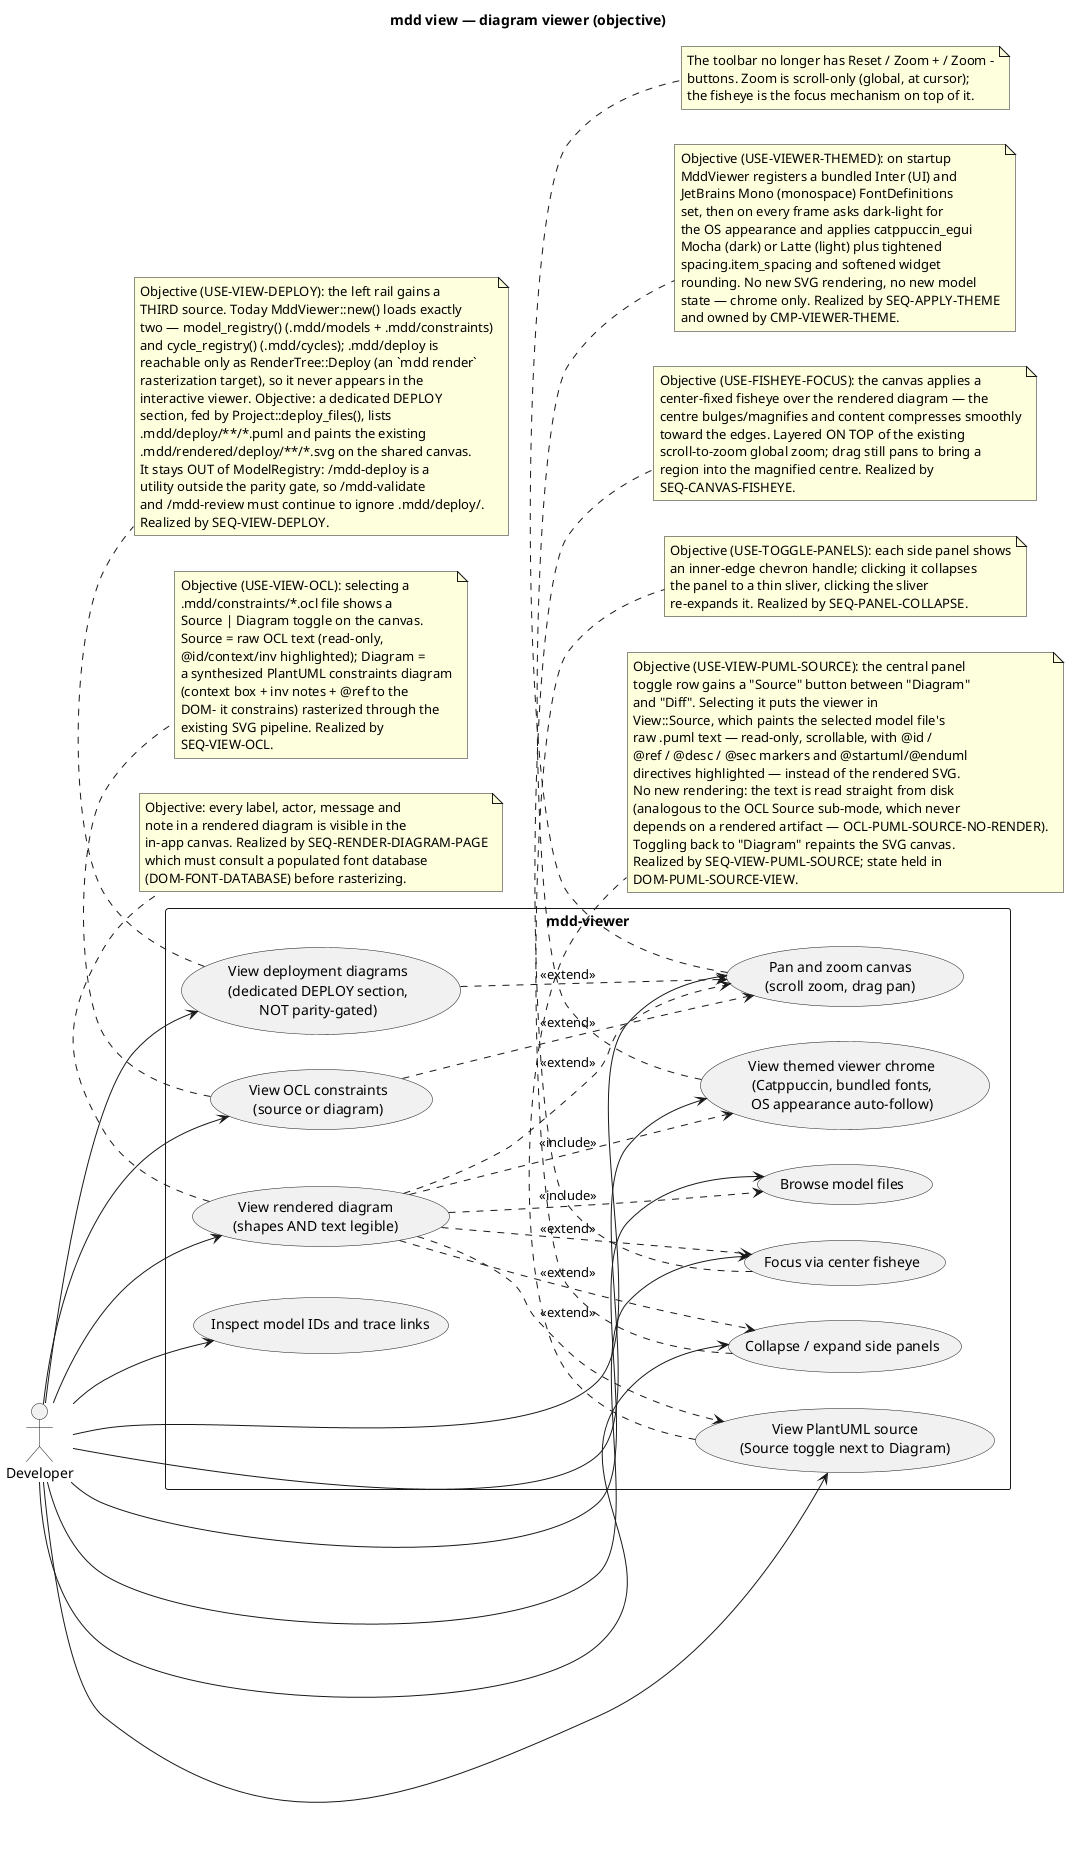
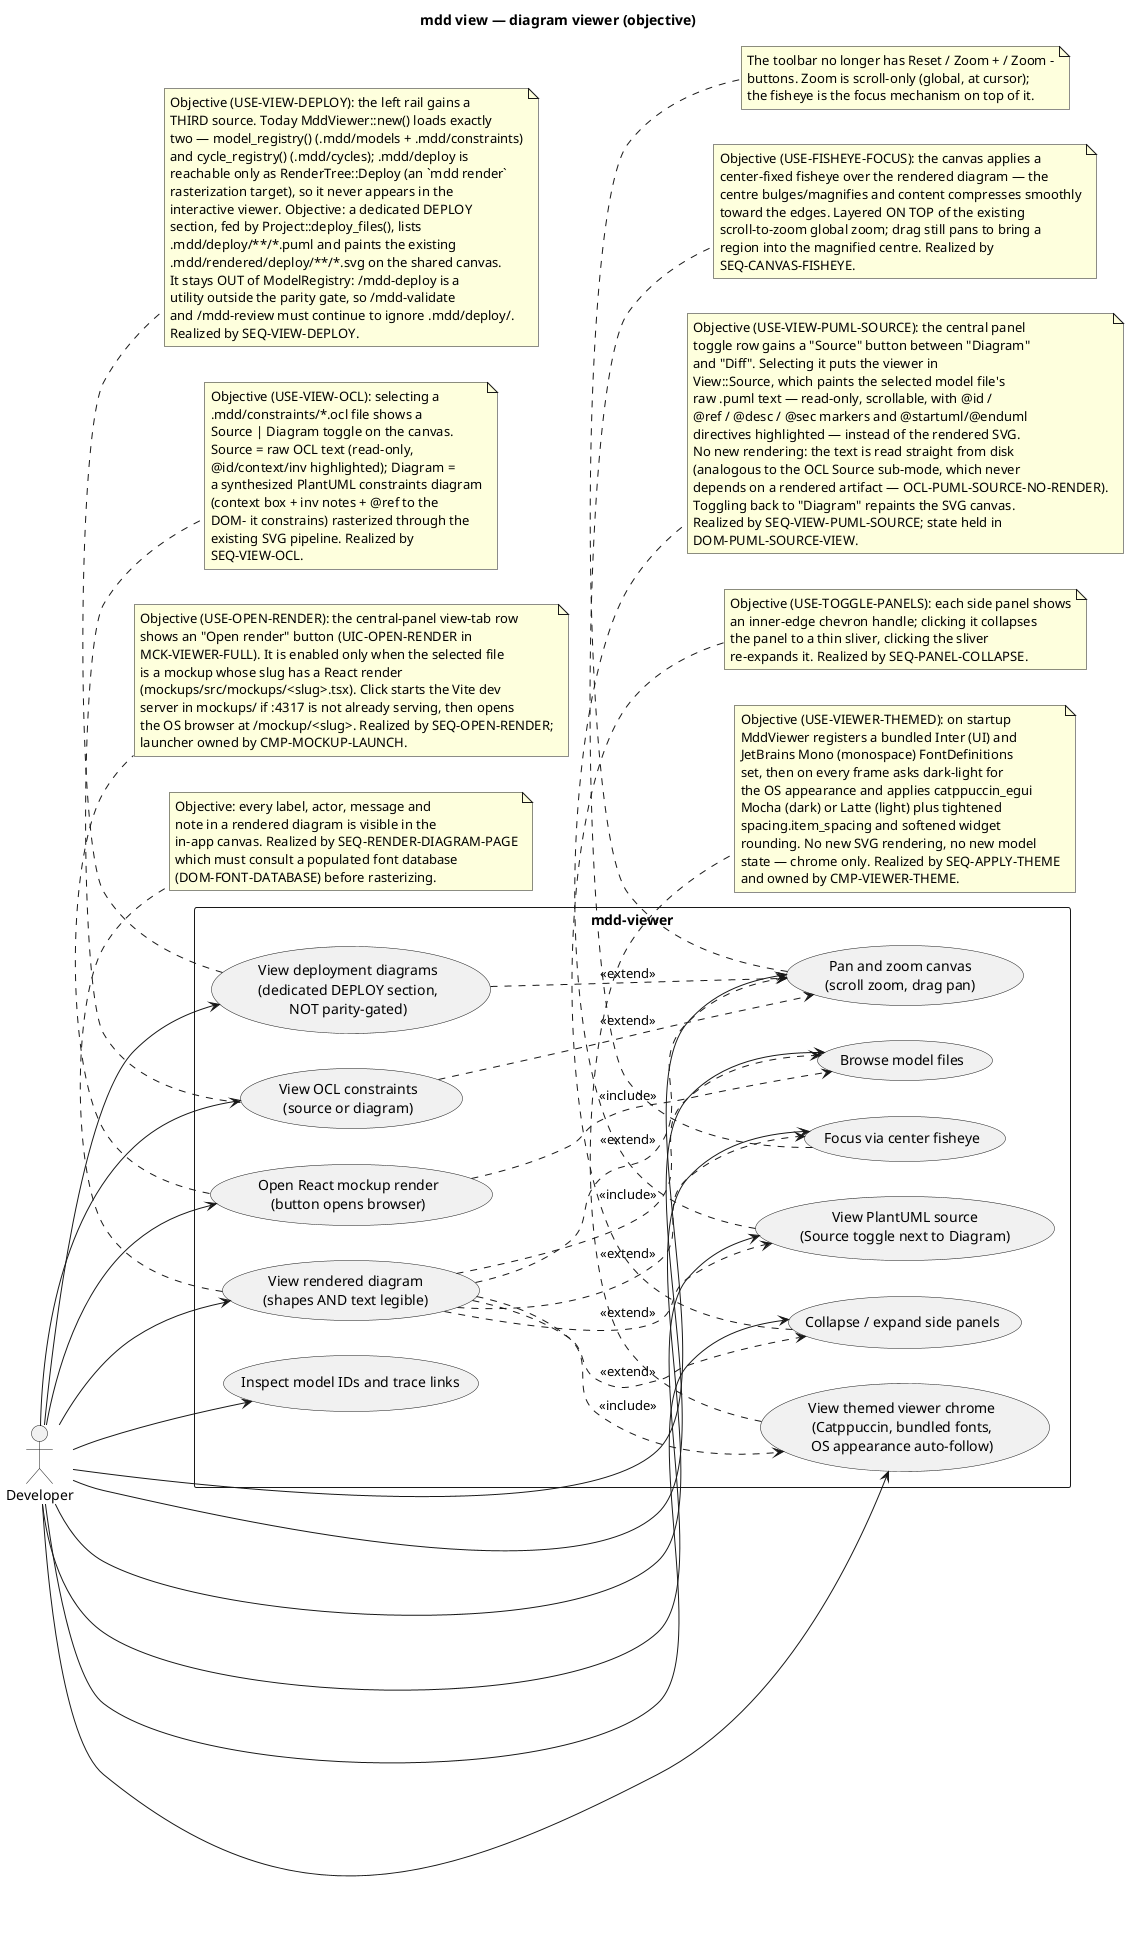
@startuml
' @id(USE-VIEW-DIAGRAMS)
' @desc(USE-VIEW-DIAGRAMS, "Developer views a rendered model diagram on the in-app canvas with shapes and text legible.")
' @id(USE-FISHEYE-FOCUS)
' @desc(USE-FISHEYE-FOCUS, "Developer focuses on part of a diagram via a center-fixed fisheye that magnifies the canvas centre and compresses content toward the edges, layered on the scroll global zoom.")
' @id(USE-TOGGLE-PANELS)
' @desc(USE-TOGGLE-PANELS, "Developer collapses or expands the left MODELS panel and the right MODEL CONTEXT panel via an inner-edge handle, reclaiming canvas width on demand.")
' @id(USE-VIEW-OCL)
' @desc(USE-VIEW-OCL, "Developer selects an .ocl constraint file and views it on the canvas with a Source/Diagram toggle: Source shows the raw OCL text, Diagram shows a synthesized PlantUML constraints diagram.")
' @id(USE-VIEW-DEPLOY)
' @desc(USE-VIEW-DEPLOY, "Developer sees /mdd-deploy deployment diagrams (.mdd/deploy/**/*.puml) in `mdd view`, listed in a DEDICATED 'DEPLOY' rail section that is visibly labelled as a utility artifact OUTSIDE the current<->objective parity gate. Selecting one paints its already-rendered .mdd/rendered/deploy/**/*.svg on the same canvas. The section is a THIRD viewer ingestion source alongside the model registry and the cycle registry; deployment files never enter ModelRegistry, so /mdd-validate and /mdd-review still never read .mdd/deploy/.")
' @id(USE-VIEWER-THEMED)
' @desc(USE-VIEWER-THEMED, "Developer sees the mdd-viewer chrome dressed by a Catppuccin palette (Mocha when the OS is dark, Latte when light, picked once per frame from the OS appearance), bundled Inter for UI text and JetBrains Mono for code/diff lists, and softened item spacing + corner rounding — instead of the bare egui defaults. Cross-platform single binary; chrome only — the SVG canvas rasterizer is untouched.")
' @id(USE-VIEW-PUML-SOURCE)
' @desc(USE-VIEW-PUML-SOURCE, "Developer reads the raw PlantUML text of the selected model file via a Source toggle placed next to the Diagram (and Diff) toggle in the central panel. Source replaces the rendered diagram with read-only, scrollable .puml text (@id/@ref/@desc/@sec markers and @startuml/@enduml directives highlighted); toggling back to Diagram repaints the SVG. Mirrors the OCL Source/Diagram functionality but for ordinary model diagrams — no new rendering, the source is read straight from disk.")
+ ' @id(USE-OPEN-RENDER)
+ ' @desc(USE-OPEN-RENDER, "Developer, with a mockup .puml selected whose slug has a React render, clicks an 'Open render' button on the central-panel view-tab row; the viewer starts the mockups Vite dev server (port 4317) if it is not already running and opens the OS browser at /mockup/<slug>. The button is disabled when the selection has no render.")
' Objective-side use-case view. Same text-legibility acceptance as before,
' plus the focus+context fisheye, the collapsible side panels, an
' OCL constraint viewer, a dedicated non-gated DEPLOY section, an
' OS-appearance-following Catppuccin theme with bundled fonts, and a
' Source toggle that shows a model file's raw PlantUML beside its diagram.
' The toolbar no longer carries zoom controls.
title mdd view — diagram viewer (objective)

left to right direction

actor "Developer" as Dev

rectangle "mdd-viewer" {
  usecase "View rendered diagram\n(shapes AND text legible)" as View
  usecase "Browse model files" as Browse
  usecase "Pan and zoom canvas\n(scroll zoom, drag pan)" as PanZoom
  usecase "Focus via center fisheye" as Fisheye
  usecase "Collapse / expand side panels" as Panels
  usecase "Inspect model IDs and trace links" as Trace
  usecase "View OCL constraints\n(source or diagram)" as ViewOcl
  usecase "View deployment diagrams\n(dedicated DEPLOY section,\nNOT parity-gated)" as ViewDeploy
  usecase "View themed viewer chrome\n(Catppuccin, bundled fonts,\nOS appearance auto-follow)" as Themed
  usecase "View PlantUML source\n(Source toggle next to Diagram)" as ViewSource
+   usecase "Open React mockup render\n(button opens browser)" as OpenRender
}

Dev --> View
Dev --> Browse
Dev --> PanZoom
Dev --> Fisheye
Dev --> Panels
Dev --> Trace
Dev --> ViewOcl
Dev --> ViewDeploy
Dev --> Themed
Dev --> ViewSource
+ Dev --> OpenRender

View ..> Browse : <<include>>
View ..> PanZoom : <<extend>>
View ..> Fisheye : <<extend>>
View ..> Panels : <<extend>>
View ..> Themed : <<include>>
View ..> ViewSource : <<extend>>
ViewOcl ..> PanZoom : <<extend>>
ViewDeploy ..> PanZoom : <<extend>>
+ OpenRender ..> Browse : <<include>>
+ 
+ note bottom of OpenRender
+   Objective (USE-OPEN-RENDER): the central-panel view-tab row
+   shows an "Open render" button (UIC-OPEN-RENDER in
+   MCK-VIEWER-FULL). It is enabled only when the selected file
+   is a mockup whose slug has a React render
+   (mockups/src/mockups/<slug>.tsx). Click starts the Vite dev
+   server in mockups/ if :4317 is not already serving, then opens
+   the OS browser at /mockup/<slug>. Realized by SEQ-OPEN-RENDER;
+   launcher owned by CMP-MOCKUP-LAUNCH.
+ end note

note bottom of ViewOcl
  Objective (USE-VIEW-OCL): selecting a
  .mdd/constraints/*.ocl file shows a
  Source | Diagram toggle on the canvas.
  Source = raw OCL text (read-only,
  @id/context/inv highlighted); Diagram =
  a synthesized PlantUML constraints diagram
  (context box + inv notes + @ref to the
  DOM- it constrains) rasterized through the
  existing SVG pipeline. Realized by
  SEQ-VIEW-OCL.
end note

note bottom of View
  Objective: every label, actor, message and
  note in a rendered diagram is visible in the
  in-app canvas. Realized by SEQ-RENDER-DIAGRAM-PAGE
  which must consult a populated font database
  (DOM-FONT-DATABASE) before rasterizing.
end note

note bottom of Fisheye
  Objective (USE-FISHEYE-FOCUS): the canvas applies a
  center-fixed fisheye over the rendered diagram — the
  centre bulges/magnifies and content compresses smoothly
  toward the edges. Layered ON TOP of the existing
  scroll-to-zoom global zoom; drag still pans to bring a
  region into the magnified centre. Realized by
  SEQ-CANVAS-FISHEYE.
end note

note bottom of PanZoom
  The toolbar no longer has Reset / Zoom + / Zoom -
  buttons. Zoom is scroll-only (global, at cursor);
  the fisheye is the focus mechanism on top of it.
end note

note bottom of Panels
  Objective (USE-TOGGLE-PANELS): each side panel shows
  an inner-edge chevron handle; clicking it collapses
  the panel to a thin sliver, clicking the sliver
  re-expands it. Realized by SEQ-PANEL-COLLAPSE.
end note

note bottom of Themed
  Objective (USE-VIEWER-THEMED): on startup
  MddViewer registers a bundled Inter (UI) and
  JetBrains Mono (monospace) FontDefinitions
  set, then on every frame asks dark-light for
  the OS appearance and applies catppuccin_egui
  Mocha (dark) or Latte (light) plus tightened
  spacing.item_spacing and softened widget
  rounding. No new SVG rendering, no new model
  state — chrome only. Realized by SEQ-APPLY-THEME
  and owned by CMP-VIEWER-THEME.
end note

note bottom of ViewDeploy
  Objective (USE-VIEW-DEPLOY): the left rail gains a
  THIRD source. Today MddViewer::new() loads exactly
  two — model_registry() (.mdd/models + .mdd/constraints)
  and cycle_registry() (.mdd/cycles); .mdd/deploy is
  reachable only as RenderTree::Deploy (an `mdd render`
  rasterization target), so it never appears in the
  interactive viewer. Objective: a dedicated DEPLOY
  section, fed by Project::deploy_files(), lists
  .mdd/deploy/**/*.puml and paints the existing
  .mdd/rendered/deploy/**/*.svg on the shared canvas.
  It stays OUT of ModelRegistry: /mdd-deploy is a
  utility outside the parity gate, so /mdd-validate
  and /mdd-review must continue to ignore .mdd/deploy/.
  Realized by SEQ-VIEW-DEPLOY.
end note

note bottom of ViewSource
  Objective (USE-VIEW-PUML-SOURCE): the central panel
  toggle row gains a "Source" button between "Diagram"
  and "Diff". Selecting it puts the viewer in
  View::Source, which paints the selected model file's
  raw .puml text — read-only, scrollable, with @id /
  @ref / @desc / @sec markers and @startuml/@enduml
  directives highlighted — instead of the rendered SVG.
  No new rendering: the text is read straight from disk
  (analogous to the OCL Source sub-mode, which never
  depends on a rendered artifact — OCL-PUML-SOURCE-NO-RENDER).
  Toggling back to "Diagram" repaints the SVG canvas.
  Realized by SEQ-VIEW-PUML-SOURCE; state held in
  DOM-PUML-SOURCE-VIEW.
end note
@enduml
